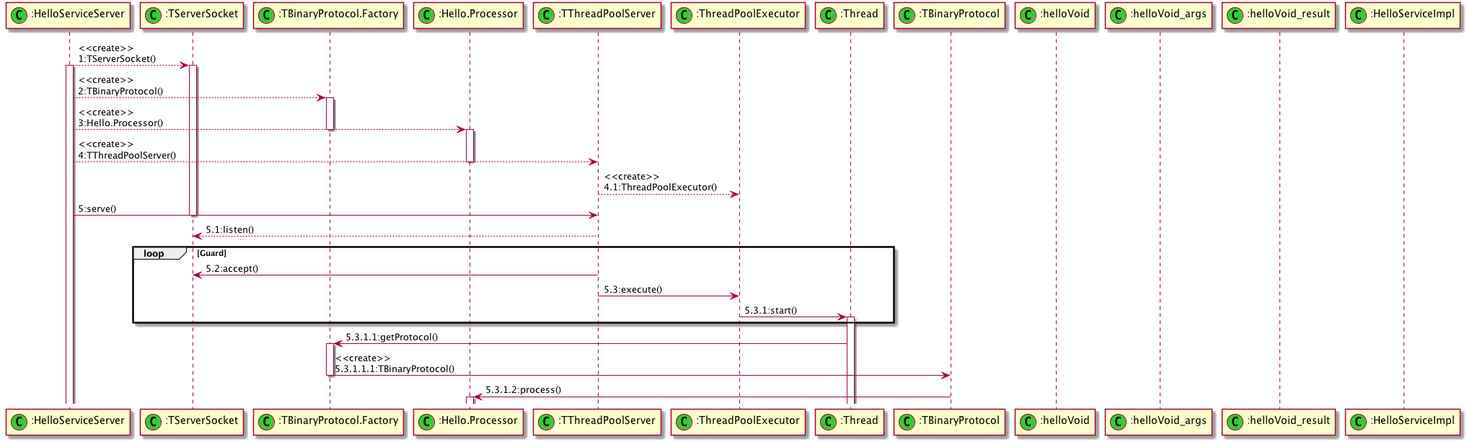
The PlantUML diagram docs/images/thrift-server-startup.png in tonydeng/springboot-rpc-samples, before a commit. Its diagram source:
```plantuml
@startuml

participant ":HelloServiceServer" as HSS << (C,LimeGreen) >>
participant ":TServerSocket" as TSS << (C,LimeGreen) >>
participant ":TBinaryProtocol.Factory" as TBPF << (C,LimeGreen) >>
participant ":Hello.Processor" as HP << (C,LimeGreen) >>
participant ":TThreadPoolServer" as TTPS << (C,LimeGreen) >>
participant ":ThreadPoolExecutor" as TPE << (C,LimeGreen) >>
participant ":Thread" as T << (C,LimeGreen) >>
participant ":TBinaryProtocol" as TBP << (C,LimeGreen) >>
participant ":helloVoid" as HV << (C,LimeGreen) >>
participant ":helloVoid_args" as HVA << (C,LimeGreen) >>
participant ":helloVoid_result" as HVR << (C,LimeGreen) >>
participant ":HelloServiceImpl" as HSI << (C,LimeGreen) >>


HSS --> TSS : <<create>>\n1:TServerSocket()
activate HSS
activate TSS
HSS --> TBPF : <<create>>\n2:TBinaryProtocol()
activate TBPF
HSS --> HP : <<create>>\n3:Hello.Processor()

deactivate TBPF
activate HP

HSS --> TTPS : <<create>>\n4:TThreadPoolServer()
deactivate HP

TTPS --> TPE : <<create>>\n4.1:ThreadPoolExecutor()
HSS -> TTPS : 5:serve()
deactivate TSS
TTPS --> TSS : 5.1:listen()

loop Guard
    TTPS -> TSS : 5.2:accept()
    TTPS -> TPE : 5.3:execute()
    TPE -> T : 5.3.1:start()
    activate T
end


T -> TBPF : 5.3.1.1:getProtocol()
activate TBPF
TBPF -> TBP : <<create>>\n5.3.1.1.1:TBinaryProtocol()
deactivate TBPF

TBP -> HP : 5.3.1.2:process()
activate HP

@enduml
```
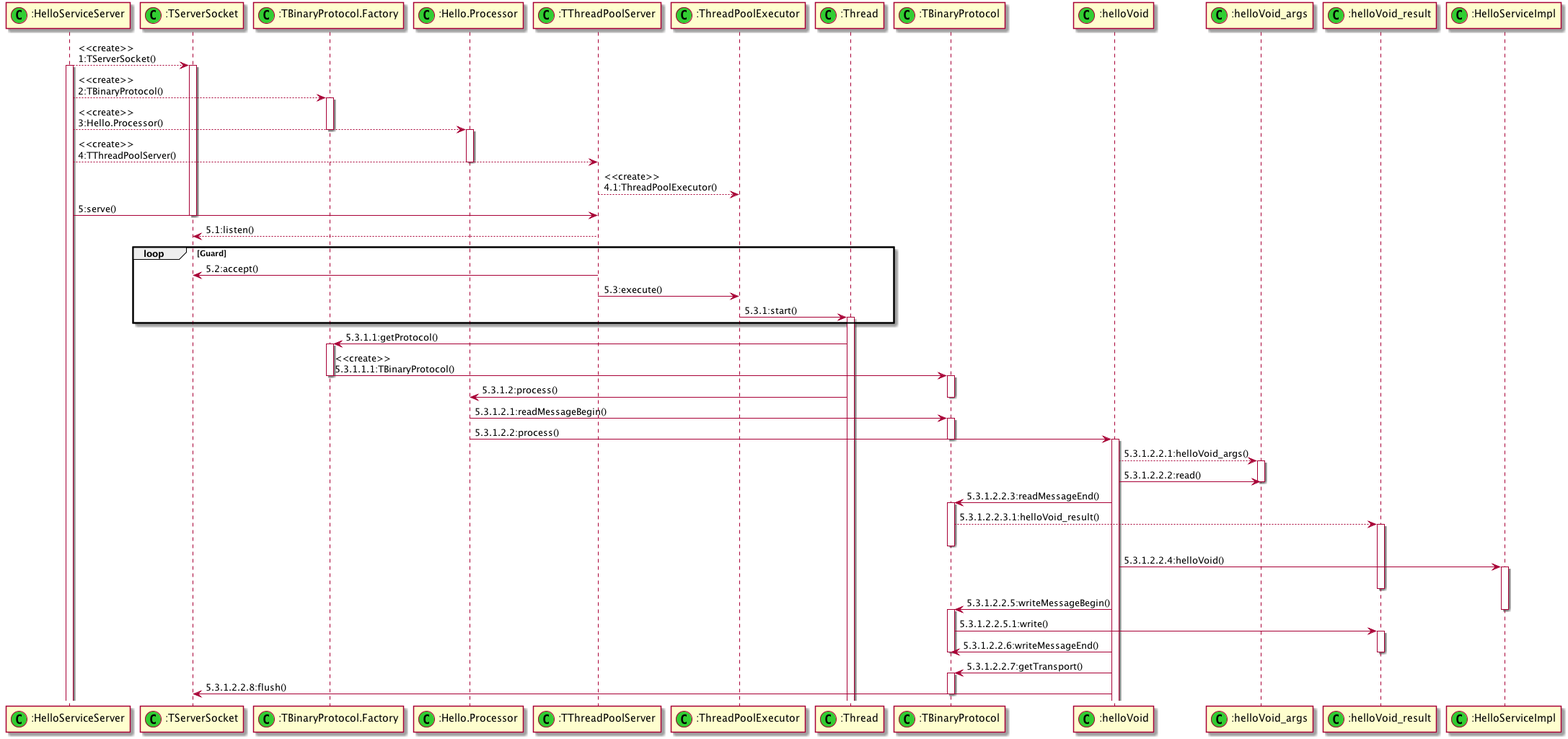
The same diagram one commit later.

Commit message:
:memo: docs(1.0): 完善Thrift服务端启动的时序图

refs #6

What changed in the source:
```diff
@@ -44,8 +44,43 @@
 activate TBPF
 TBPF -> TBP : <<create>>\n5.3.1.1.1:TBinaryProtocol()
 deactivate TBPF
+activate TBP
 
-TBP -> HP : 5.3.1.2:process()
-activate HP
+T -> HP : 5.3.1.2:process()
+deactivate TBP
 
+HP -> TBP : 5.3.1.2.1:readMessageBegin()
+activate TBP
+HP -> HV : 5.3.1.2.2:process()
+deactivate TBP
+activate HV
+
+HV --> HVA : 5.3.1.2.2.1:helloVoid_args()
+activate HVA
+HV -> HVA : 5.3.1.2.2.2:read()
+deactivate HVA
+HV -> TBP : 5.3.1.2.2.3:readMessageEnd()
+activate TBP
+TBP --> HVR : 5.3.1.2.2.3.1:helloVoid_result()
+activate HVR
+deactivate TBP
+
+HV -> HSI : 5.3.1.2.2.4:helloVoid()
+activate HSI
+deactivate HVR
+
+HV -> TBP : 5.3.1.2.2.5:writeMessageBegin()
+deactivate HSI
+activate TBP
+TBP -> HVR : 5.3.1.2.2.5.1:write()
+activate HVR
+HV -> TBP : 5.3.1.2.2.6:writeMessageEnd()
+deactivate TBP
+deactivate HVR
+
+HV -> TBP : 5.3.1.2.2.7:getTransport()
+activate TBP
+
+HV -> TSS : 5.3.1.2.2.8:flush()
+deactivate TBP
 @enduml
```
